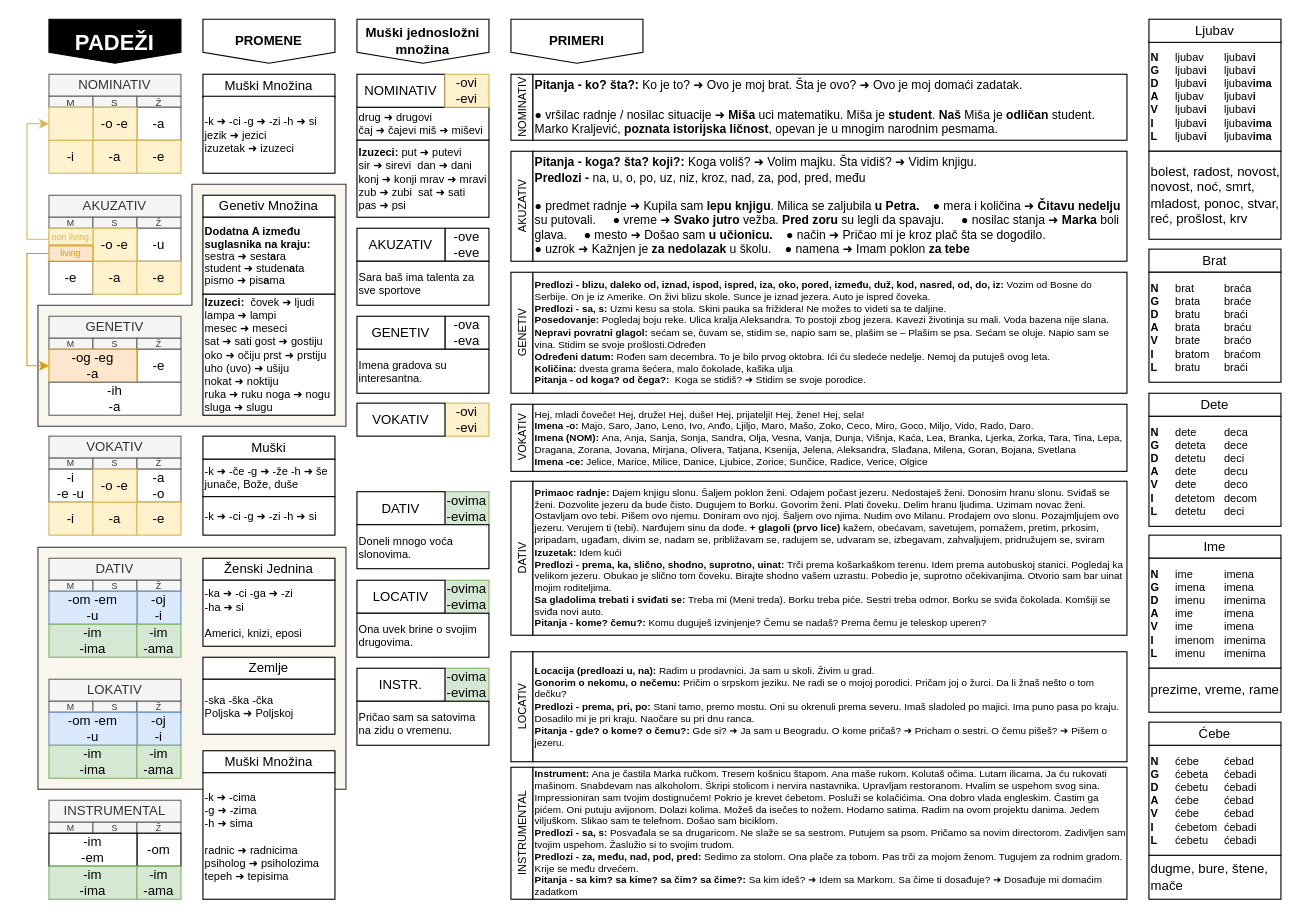
Before: draws/padezi.drawio in vlandivir/srpski, a draw.io diagram. Source tidied: cells renumbered, new cells numbered last; positions are measured from the earlier drawing's top-left corner, leaving out a move shared by most shapes. Both pictures are drawn from the tidied source at 110%, with x=0, y=0 at pixel (26, 19).
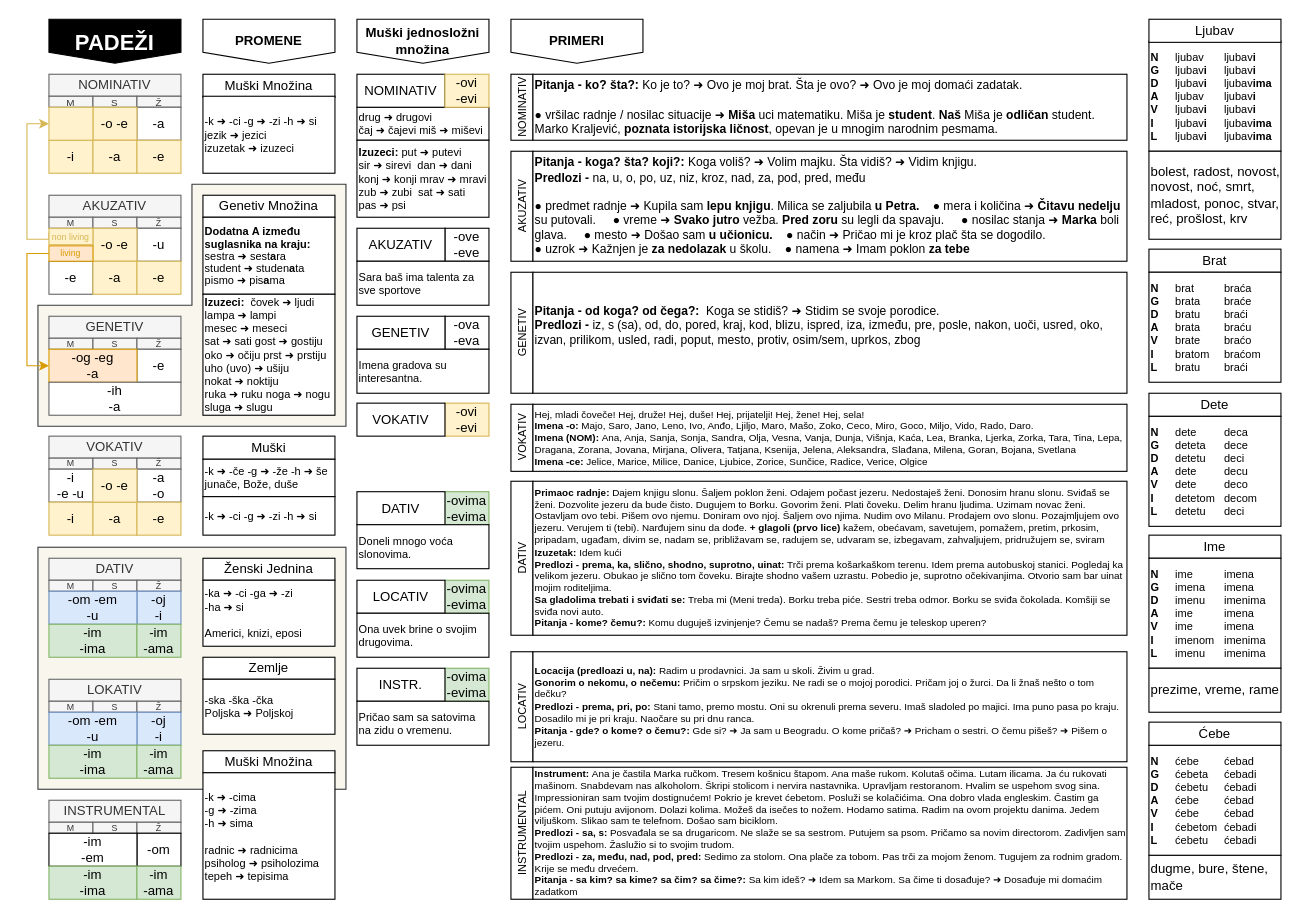
The same page after the edit.

Commit message:
started with genitive

The edit, as a diff of the source:
```diff
@@
-    <mxCell id="106" value="&lt;b style=&quot;font-size: 9px;&quot;&gt;Predlozi -&amp;nbsp;&lt;/b&gt;&lt;b&gt;blizu, daleko od, iznad, ispod, ispred, iza, oko, pored, između, duž, kod, nasred, od, do, iz:&lt;/b&gt;&amp;nbsp;Vozim od Bosne do Serbije. On je iz Amerike. On živi blizu skole. Sunce je iznad jezera. Auto je ispred čoveka.&amp;nbsp;&lt;br&gt;&lt;b style=&quot;border-color: var(--border-color);&quot;&gt;Predlozi - sa, s: &lt;/b&gt;&lt;span style=&quot;border-color: var(--border-color);&quot;&gt;Uzmi kesu sa stola. Skini pauka sa frižidera! Ne možes to videti sa te daljine.&lt;/span&gt;&lt;b style=&quot;border-color: var(--border-color);&quot;&gt;&amp;nbsp;&lt;/b&gt;&lt;br style=&quot;font-size: 9px;&quot;&gt;&lt;b style=&quot;font-size: 9px;&quot;&gt;Posedovanje: &lt;/b&gt;Pogledaj boju reke. Ulica kralja Aleksandra. To postoji zbog jezera. Kavezi životinja su mali. Voda bazena nije slana.&lt;br style=&quot;font-size: 9px;&quot;&gt;&lt;b style=&quot;font-size: 9px;&quot;&gt;Nepravi povratni glagol: &lt;/b&gt;sećam se, čuvam se, stidim se, napio sam se, plašim se – Plašim se psa. Sećam se oluje. Napio sam se vina. Stidim se svoje prošlosti.Određen&lt;br style=&quot;font-size: 9px;&quot;&gt;&lt;b style=&quot;font-size: 9px;&quot;&gt;Određeni&lt;/b&gt;&amp;nbsp;&lt;b style=&quot;font-size: 9px;&quot;&gt;datum: &lt;/b&gt;Ro&lt;span style=&quot;border-color: var(--border-color); font-size: 9px;&quot;&gt;đen sam decembra. To je bilo prvog oktobra. Ići ću sledeće nedelje. Nemoj da putuješ ovog leta.&lt;br style=&quot;font-size: 9px;&quot;&gt;&lt;/span&gt;&lt;b style=&quot;font-size: 9px;&quot;&gt;Količina:&lt;/b&gt; dvesta grama šećera, malo čokolade, kašika ulja&lt;br style=&quot;font-size: 9px;&quot;&gt;&lt;b style=&quot;font-size: 9px;&quot;&gt;Pitanja - od koga? od čega?:&amp;nbsp; &lt;/b&gt;Koga se stidiš? ➜ Stidim se svoje porodice.&amp;nbsp;" style="rounded=0;whiteSpace=wrap;html=1;align=left;fontSize=9;" parent="1" vertex="1">
+    <mxCell id="106" value="&lt;font style=&quot;font-size: 11px;&quot;&gt;&lt;b style=&quot;&quot;&gt;Pitanja - od koga? od čega?:&amp;nbsp; &lt;/b&gt;Koga se stidiš? ➜ Stidim se svoje porodice.&amp;nbsp;&lt;br&gt;&lt;b&gt;Predlozi -&lt;/b&gt; iz, s (sa), od, do, pored, kraj, kod, blizu, ispred, iza, između, pre, posle, nakon, uoči, usred, oko, izvan, prilikom, usled, radi, poput, mesto, protiv, osim/sem, uprkos, zbog&lt;br&gt;&lt;br&gt;&lt;/font&gt;" style="rounded=0;whiteSpace=wrap;html=1;align=left;fontSize=9;" parent="1" vertex="1">
       <mxGeometry x="460" y="230" width="540" height="110" as="geometry" />
     </mxCell>
```
